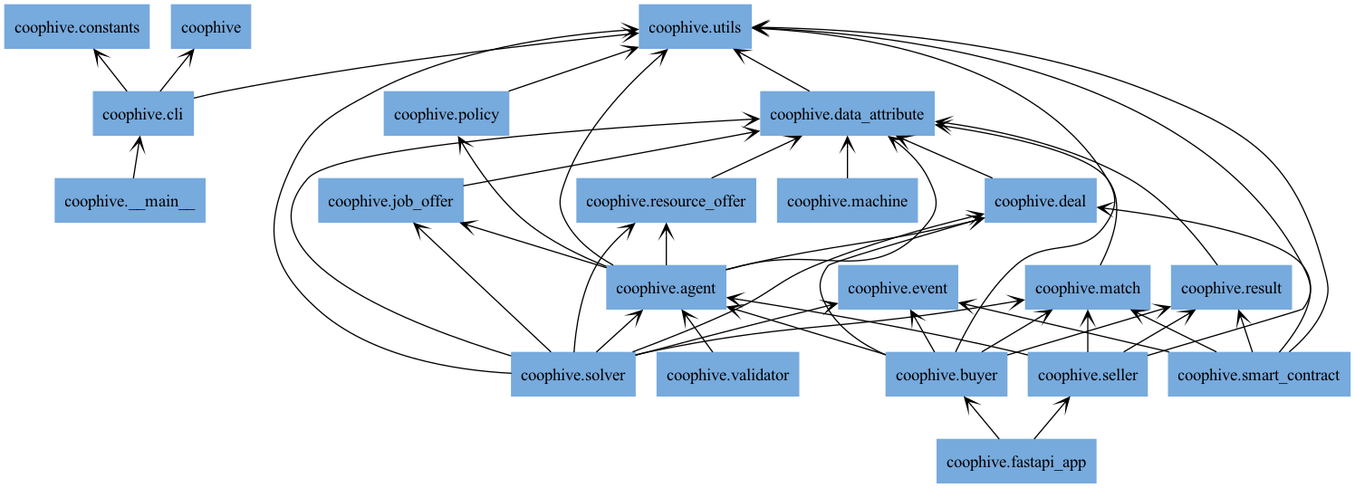
Before: docs/img/packages_coophive.png, a diagram exported from Graphviz (CoopHive/Apiary). Its source is kept beside it as docs/img/packages_coophive.dot. Source of this version:
```dot
digraph "packages_coophive" {
rankdir=BT
charset="utf-8"
"coophive" [color="#77AADD", label=<coophive>, shape="box", style="filled"];
"coophive.__main__" [color="#77AADD", label=<coophive.__main__>, shape="box", style="filled"];
"coophive.agent" [color="#77AADD", label=<coophive.agent>, shape="box", style="filled"];
"coophive.buyer" [color="#77AADD", label=<coophive.buyer>, shape="box", style="filled"];
"coophive.cli" [color="#77AADD", label=<coophive.cli>, shape="box", style="filled"];
"coophive.constants" [color="#77AADD", label=<coophive.constants>, shape="box", style="filled"];
"coophive.data_attribute" [color="#77AADD", label=<coophive.data_attribute>, shape="box", style="filled"];
"coophive.deal" [color="#77AADD", label=<coophive.deal>, shape="box", style="filled"];
"coophive.event" [color="#77AADD", label=<coophive.event>, shape="box", style="filled"];
"coophive.fastapi_app" [color="#77AADD", label=<coophive.fastapi_app>, shape="box", style="filled"];
"coophive.job_offer" [color="#77AADD", label=<coophive.job_offer>, shape="box", style="filled"];
"coophive.machine" [color="#77AADD", label=<coophive.machine>, shape="box", style="filled"];
"coophive.match" [color="#77AADD", label=<coophive.match>, shape="box", style="filled"];
"coophive.policy" [color="#77AADD", label=<coophive.policy>, shape="box", style="filled"];
"coophive.resource_offer" [color="#77AADD", label=<coophive.resource_offer>, shape="box", style="filled"];
"coophive.result" [color="#77AADD", label=<coophive.result>, shape="box", style="filled"];
"coophive.seller" [color="#77AADD", label=<coophive.seller>, shape="box", style="filled"];
"coophive.smart_contract" [color="#77AADD", label=<coophive.smart_contract>, shape="box", style="filled"];
"coophive.solver" [color="#77AADD", label=<coophive.solver>, shape="box", style="filled"];
"coophive.utils" [color="#77AADD", label=<coophive.utils>, shape="box", style="filled"];
"coophive.validator" [color="#77AADD", label=<coophive.validator>, shape="box", style="filled"];
"coophive.__main__" -> "coophive.cli" [arrowhead="open", arrowtail="none"];
"coophive.agent" -> "coophive.data_attribute" [arrowhead="open", arrowtail="none"];
"coophive.agent" -> "coophive.deal" [arrowhead="open", arrowtail="none"];
"coophive.agent" -> "coophive.job_offer" [arrowhead="open", arrowtail="none"];
"coophive.agent" -> "coophive.policy" [arrowhead="open", arrowtail="none"];
"coophive.agent" -> "coophive.resource_offer" [arrowhead="open", arrowtail="none"];
"coophive.agent" -> "coophive.utils" [arrowhead="open", arrowtail="none"];
"coophive.buyer" -> "coophive.agent" [arrowhead="open", arrowtail="none"];
"coophive.buyer" -> "coophive.deal" [arrowhead="open", arrowtail="none"];
"coophive.buyer" -> "coophive.event" [arrowhead="open", arrowtail="none"];
"coophive.buyer" -> "coophive.match" [arrowhead="open", arrowtail="none"];
"coophive.buyer" -> "coophive.result" [arrowhead="open", arrowtail="none"];
"coophive.buyer" -> "coophive.utils" [arrowhead="open", arrowtail="none"];
"coophive.cli" -> "coophive" [arrowhead="open", arrowtail="none"];
"coophive.cli" -> "coophive.constants" [arrowhead="open", arrowtail="none"];
"coophive.cli" -> "coophive.utils" [arrowhead="open", arrowtail="none"];
"coophive.data_attribute" -> "coophive.utils" [arrowhead="open", arrowtail="none"];
"coophive.deal" -> "coophive.data_attribute" [arrowhead="open", arrowtail="none"];
"coophive.fastapi_app" -> "coophive.buyer" [arrowhead="open", arrowtail="none"];
"coophive.fastapi_app" -> "coophive.seller" [arrowhead="open", arrowtail="none"];
"coophive.job_offer" -> "coophive.data_attribute" [arrowhead="open", arrowtail="none"];
"coophive.machine" -> "coophive.data_attribute" [arrowhead="open", arrowtail="none"];
"coophive.match" -> "coophive.data_attribute" [arrowhead="open", arrowtail="none"];
"coophive.policy" -> "coophive.utils" [arrowhead="open", arrowtail="none"];
"coophive.resource_offer" -> "coophive.data_attribute" [arrowhead="open", arrowtail="none"];
"coophive.result" -> "coophive.data_attribute" [arrowhead="open", arrowtail="none"];
"coophive.seller" -> "coophive.agent" [arrowhead="open", arrowtail="none"];
"coophive.seller" -> "coophive.match" [arrowhead="open", arrowtail="none"];
"coophive.seller" -> "coophive.result" [arrowhead="open", arrowtail="none"];
"coophive.seller" -> "coophive.utils" [arrowhead="open", arrowtail="none"];
"coophive.smart_contract" -> "coophive.deal" [arrowhead="open", arrowtail="none"];
"coophive.smart_contract" -> "coophive.event" [arrowhead="open", arrowtail="none"];
"coophive.smart_contract" -> "coophive.match" [arrowhead="open", arrowtail="none"];
"coophive.smart_contract" -> "coophive.result" [arrowhead="open", arrowtail="none"];
"coophive.smart_contract" -> "coophive.utils" [arrowhead="open", arrowtail="none"];
"coophive.solver" -> "coophive.agent" [arrowhead="open", arrowtail="none"];
"coophive.solver" -> "coophive.data_attribute" [arrowhead="open", arrowtail="none"];
"coophive.solver" -> "coophive.deal" [arrowhead="open", arrowtail="none"];
"coophive.solver" -> "coophive.event" [arrowhead="open", arrowtail="none"];
"coophive.solver" -> "coophive.job_offer" [arrowhead="open", arrowtail="none"];
"coophive.solver" -> "coophive.match" [arrowhead="open", arrowtail="none"];
"coophive.solver" -> "coophive.resource_offer" [arrowhead="open", arrowtail="none"];
"coophive.solver" -> "coophive.utils" [arrowhead="open", arrowtail="none"];
"coophive.validator" -> "coophive.agent" [arrowhead="open", arrowtail="none"];
}
```
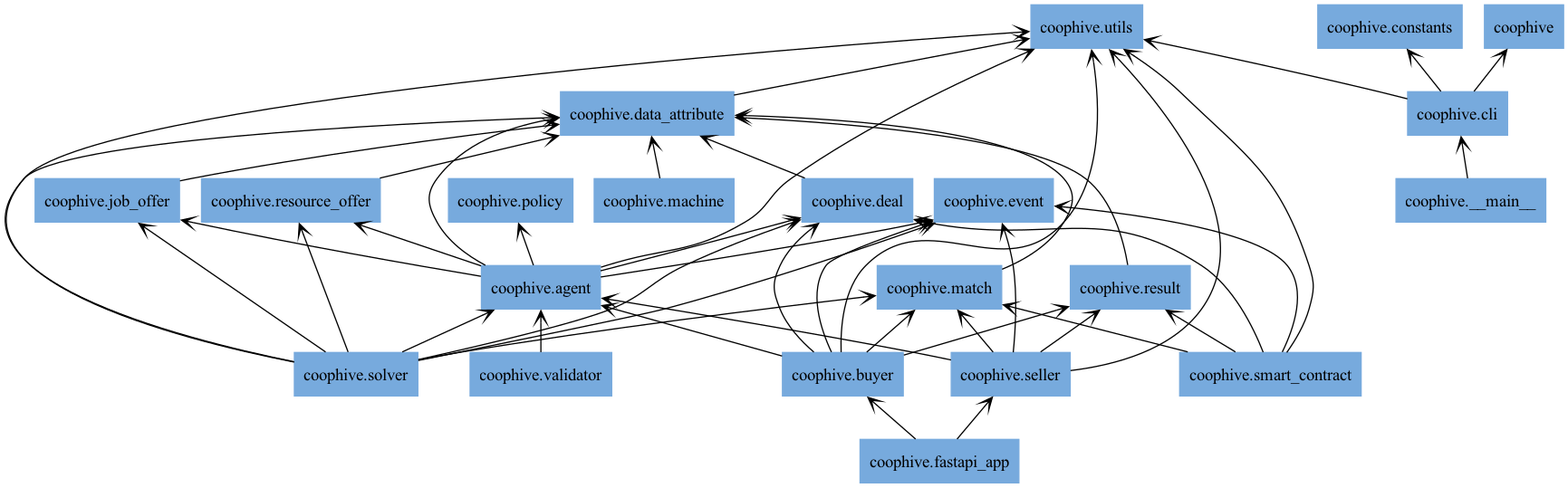
Above is the later version.

What changed in the source:
```diff
@@ -25,6 +25,7 @@
 "coophive.__main__" -> "coophive.cli" [arrowhead="open", arrowtail="none"];
 "coophive.agent" -> "coophive.data_attribute" [arrowhead="open", arrowtail="none"];
 "coophive.agent" -> "coophive.deal" [arrowhead="open", arrowtail="none"];
+"coophive.agent" -> "coophive.event" [arrowhead="open", arrowtail="none"];
 "coophive.agent" -> "coophive.job_offer" [arrowhead="open", arrowtail="none"];
 "coophive.agent" -> "coophive.policy" [arrowhead="open", arrowtail="none"];
 "coophive.agent" -> "coophive.resource_offer" [arrowhead="open", arrowtail="none"];
@@ -45,10 +46,10 @@
 "coophive.job_offer" -> "coophive.data_attribute" [arrowhead="open", arrowtail="none"];
 "coophive.machine" -> "coophive.data_attribute" [arrowhead="open", arrowtail="none"];
 "coophive.match" -> "coophive.data_attribute" [arrowhead="open", arrowtail="none"];
-"coophive.policy" -> "coophive.utils" [arrowhead="open", arrowtail="none"];
 "coophive.resource_offer" -> "coophive.data_attribute" [arrowhead="open", arrowtail="none"];
 "coophive.result" -> "coophive.data_attribute" [arrowhead="open", arrowtail="none"];
 "coophive.seller" -> "coophive.agent" [arrowhead="open", arrowtail="none"];
+"coophive.seller" -> "coophive.event" [arrowhead="open", arrowtail="none"];
 "coophive.seller" -> "coophive.match" [arrowhead="open", arrowtail="none"];
 "coophive.seller" -> "coophive.result" [arrowhead="open", arrowtail="none"];
 "coophive.seller" -> "coophive.utils" [arrowhead="open", arrowtail="none"];
```
